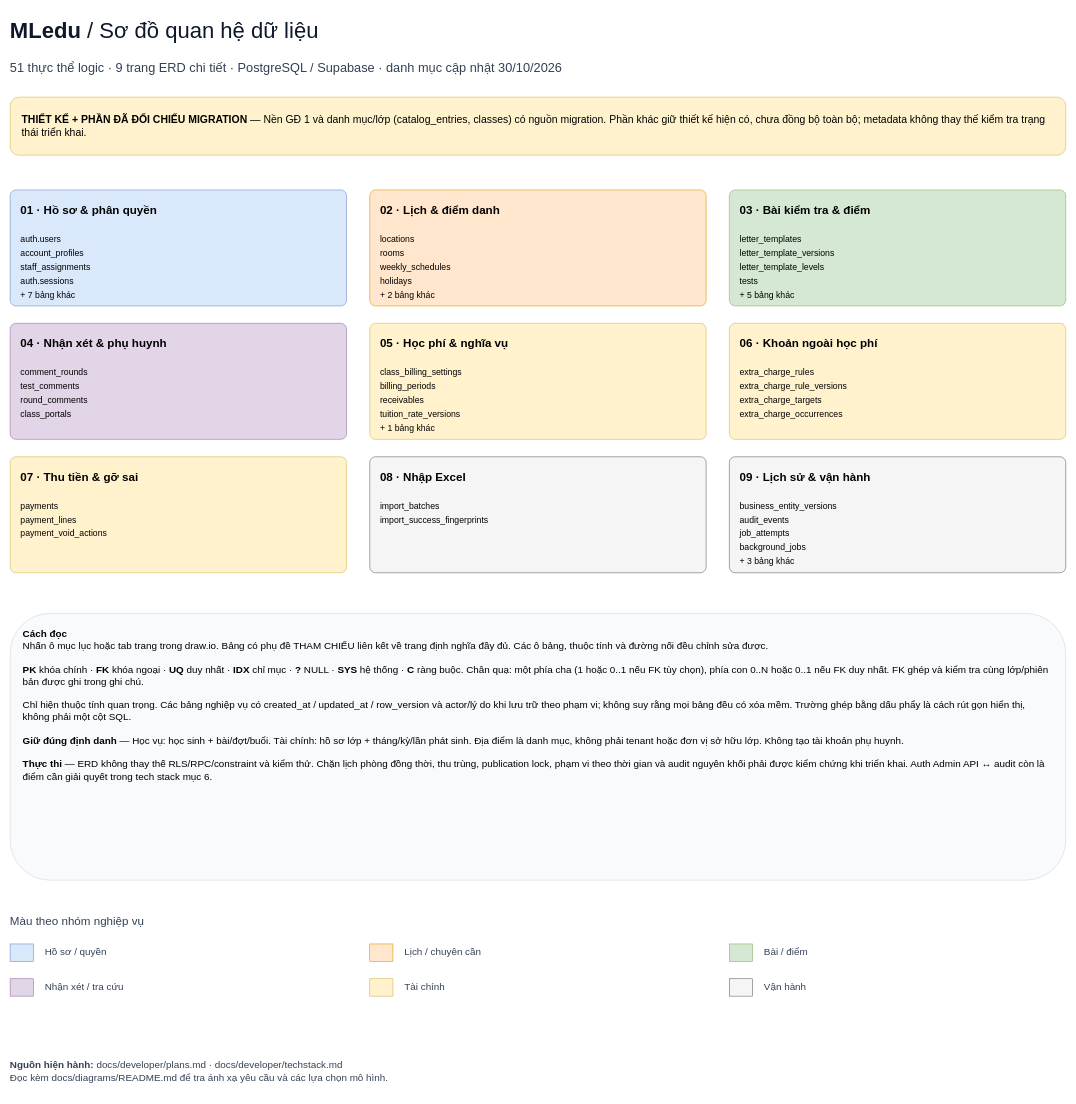
The draw.io diagram page "00 · Đọc ERD" (1 of 10) of docs/diagrams/architecture.drawio in tukitena/mledu, before the edit. Source tidied: cells renumbered, new cells numbered last; positions are measured from the earlier drawing's top-left corner, leaving out a move shared by most shapes. Both pictures are drawn from the tidied source at 58%, with x=0, y=0 at pixel (10, 10).
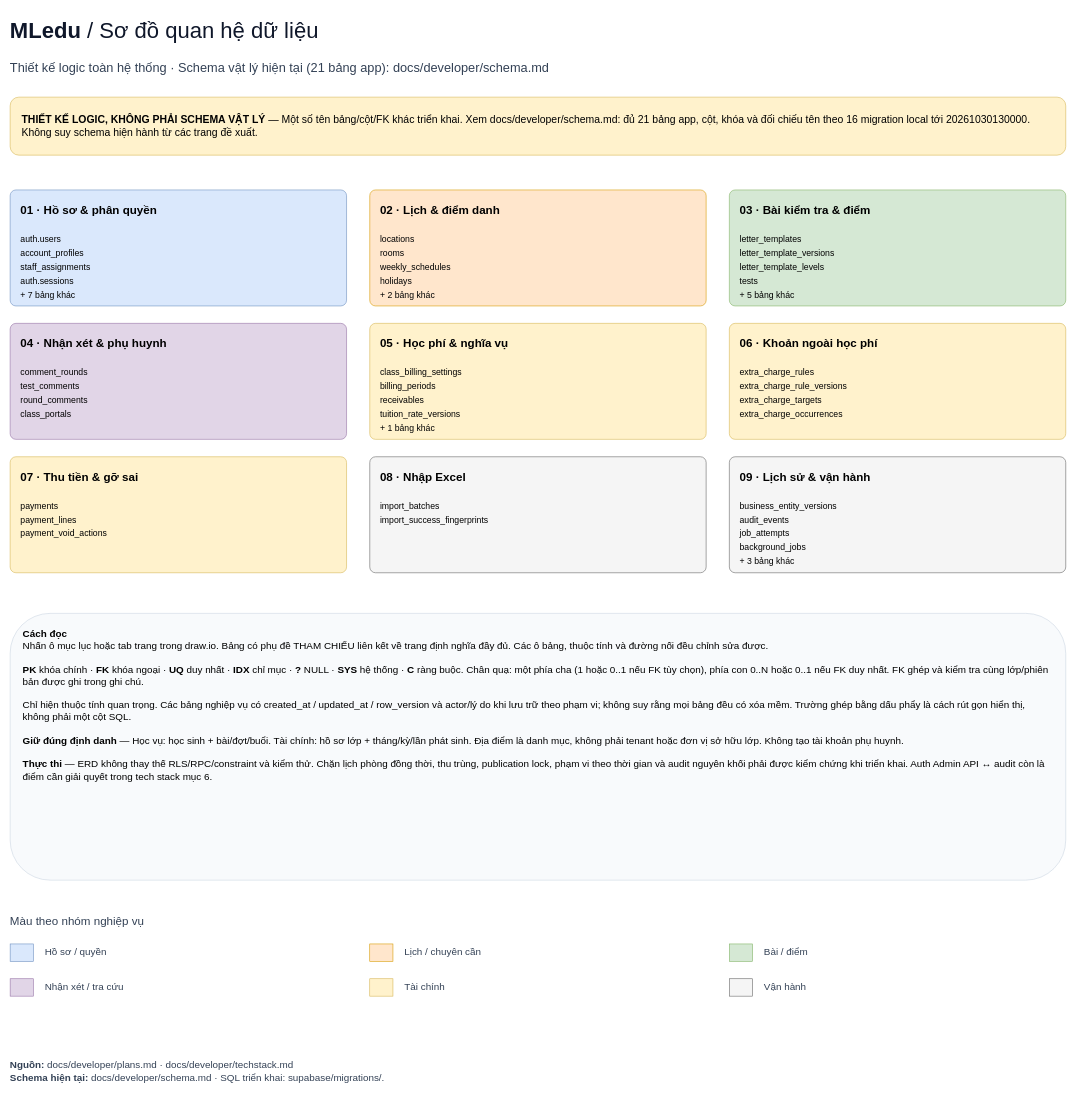
The same page after the edit.

Change to the diagram source:
```diff
@@
-    <mxCell id="3" value="51 thực thể logic · 9 trang ERD chi tiết · PostgreSQL / Supabase · danh mục cập nhật 30/10/2026" style="text;html=1;whiteSpace=wrap;align=left;verticalAlign=middle;spacing=0;fontFamily=Arial;fontSize=22;fontColor=#334155;" parent="1" vertex="1">
+    <mxCell id="3" value="Thiết kế logic toàn hệ thống · Schema vật lý hiện tại (21 bảng app): docs/developer/schema.md" style="text;html=1;whiteSpace=wrap;align=left;verticalAlign=middle;spacing=0;fontFamily=Arial;fontSize=22;fontColor=#334155;" parent="1" vertex="1">
       <mxGeometry y="80" width="1820" height="40" as="geometry" />
     </mxCell>
-    <mxCell id="4" value="&lt;b&gt; THIẾT KẾ + PHẦN ĐÃ ĐỐI CHIẾU MIGRATION &lt;/b&gt; — Nền GĐ 1 và danh mục/lớp (catalog_entries, classes) có nguồn migration. Phần khác giữ thiết kế hiện có, chưa đồng bộ toàn bộ; metadata không thay thế kiểm tra trạng thái triển khai." style="rounded=1;whiteSpace=wrap;html=1;spacing=20;align=left;fontFamily=Arial;fontSize=18;fillColor=#fff2cc;strokeColor=#d6b656;" parent="1" vertex="1">
+    <mxCell id="4" value="&lt;b&gt;THIẾT KẾ LOGIC, KHÔNG PHẢI SCHEMA VẬT LÝ&lt;/b&gt; — Một số tên bảng/cột/FK khác triển khai. Xem docs/developer/schema.md: đủ 21 bảng app, cột, khóa và đối chiếu tên theo 16 migration local tới 20261030130000. Không suy schema hiện hành từ các trang đề xuất." style="rounded=1;whiteSpace=wrap;html=1;spacing=20;align=left;fontFamily=Arial;fontSize=18;fillColor=#fff2cc;strokeColor=#d6b656;" parent="1" vertex="1">
       <mxGeometry y="150" width="1820" height="100" as="geometry" />
     </mxCell>
@@
-    <mxCell id="28" value="&lt;b&gt;Nguồn hiện hành:&lt;/b&gt; docs/developer/plans.md · docs/developer/techstack.md&lt;br&gt;Đọc kèm docs/diagrams/README.md để tra ánh xạ yêu cầu và các lựa chọn mô hình." style="text;html=1;whiteSpace=wrap;align=left;verticalAlign=middle;spacing=0;fontFamily=Arial;fontSize=17;fontColor=#334155;" parent="1" vertex="1">
+    <mxCell id="28" value="&lt;b&gt;Nguồn:&lt;/b&gt; docs/developer/plans.md · docs/developer/techstack.md&lt;br&gt;&lt;b&gt;Schema hiện tại:&lt;/b&gt; docs/developer/schema.md · SQL triển khai: supabase/migrations/." style="text;html=1;whiteSpace=wrap;align=left;verticalAlign=middle;spacing=0;fontFamily=Arial;fontSize=17;fontColor=#334155;" parent="1" vertex="1">
       <mxGeometry y="1790" width="1820" height="80" as="geometry" />
     </mxCell>
```
